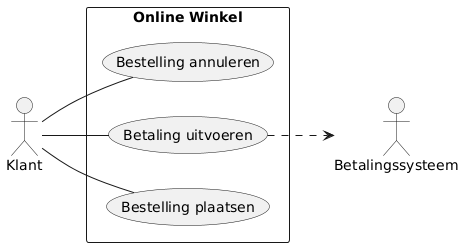
Windesheim-HBO-ICT/Leerlijn-Content-SE keeps this PlantUML diagram as content/6. UML/Use Case Diagram/src/1.2 Use Case Diagram.png. Above is the earlier version.
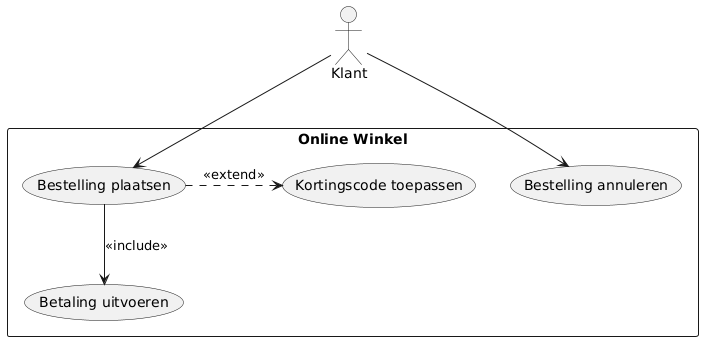
The same diagram one commit later.

Change to the diagram source:
```diff
@@ -1,16 +1,15 @@
 @startuml
-left to right direction
-actor Klant as k
-actor "Betalingssysteem" as bs
+actor Klant
 
 rectangle "Online Winkel" {
-  usecase "Bestelling plaatsen" as UC1
-  usecase "Betaling uitvoeren" as UC2
-  usecase "Bestelling annuleren" as UC3
+    usecase "Bestelling plaatsen" as UC1
+    usecase "Betaling uitvoeren" as UC2
+    usecase "Kortingscode toepassen" as UC3
+    usecase "Bestelling annuleren" as UC4
 }
 
-k -- UC1
-k -- UC2
-k -- UC3
-UC2 ..> bs
+Klant --> UC1
+UC1 --> UC2 : <<include>>
+UC1 .> UC3 : <<extend>>
+Klant --> UC4
 @enduml
```
